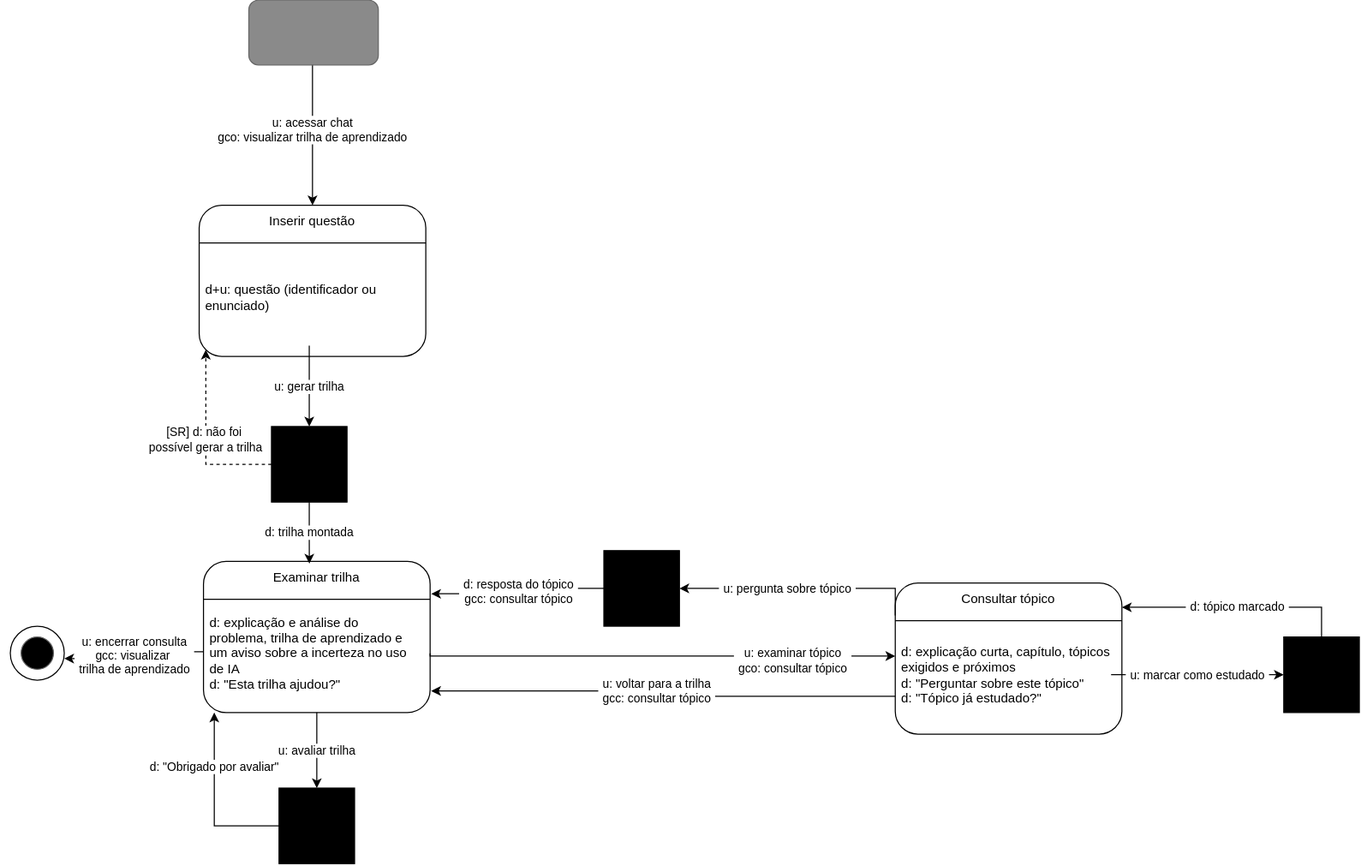
Earlier version of the draw.io export assets/10_molic/M01.svg (CittaSebas/ProjetoIHC). Source tidied: cells renumbered, new cells last; positions are measured from the earlier drawing's top-left corner, leaving out a move shared by most shapes.
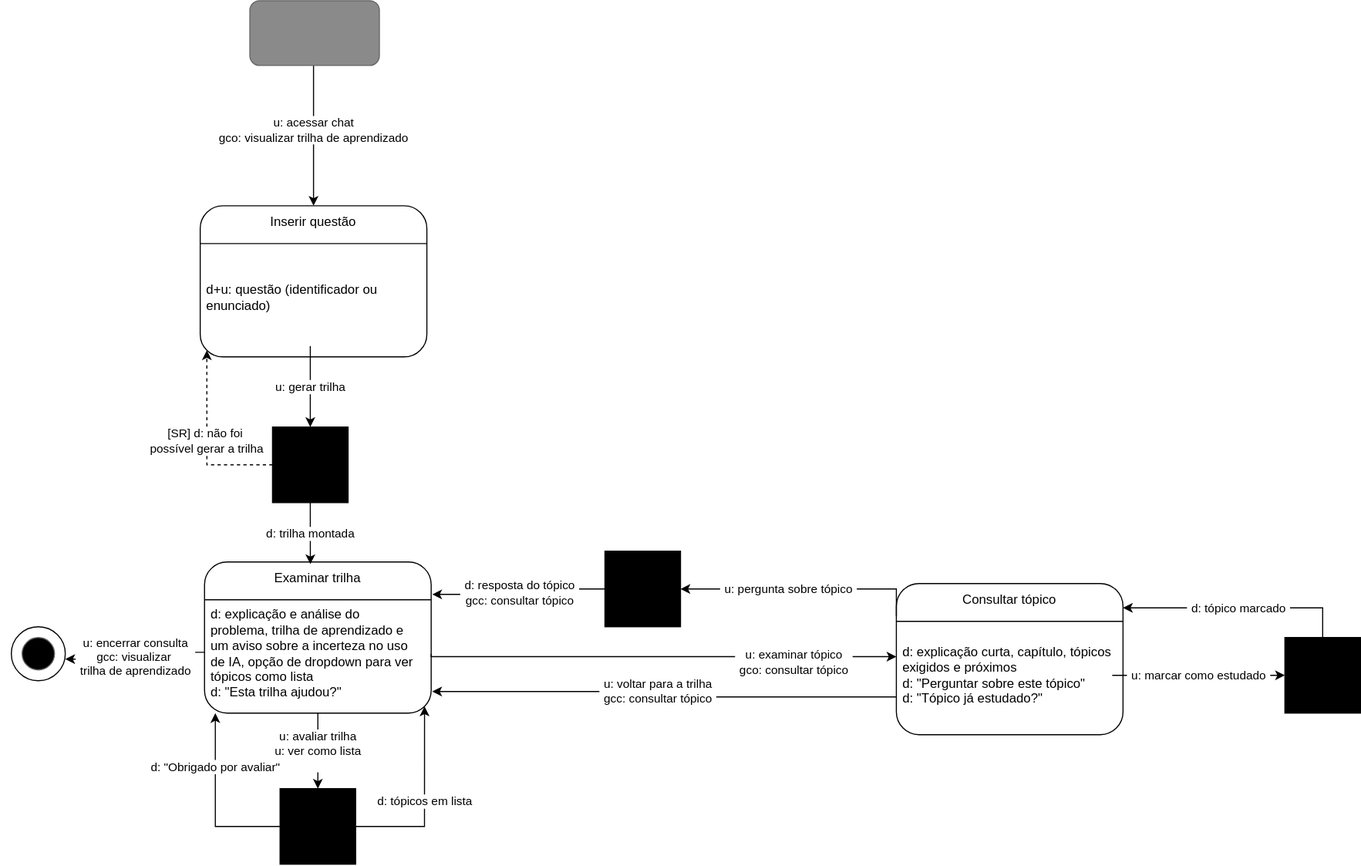
The same diagram one commit later.

The edit, as a diff of the source:
```diff
@@ -36,33 +36,40 @@
     <mxCell id="10" style="group;" parent="1" vertex="1">
       <mxGeometry x="189" y="520" width="210" height="140" as="geometry" />
     </mxCell>
-    <mxCell id="11" style="rounded=1;whiteSpace=wrap;html=1;roundedPerimeter=1;" parent="10" vertex="1">
-      <mxGeometry width="210" height="140" as="geometry" />
-    </mxCell>
+    <mxCell id="37" style="rounded=1;whiteSpace=wrap;html=1;roundedPerimeter=1;" parent="10" vertex="1">
+      <mxGeometry width="210" height="140" as="geometry" />
+    </mxCell>
     <mxCell id="12" value="Examinar trilha" style="text;html=1;whiteSpace=wrap;strokeColor=none;fillColor=none;align=center;verticalAlign=middle;rounded=0;" parent="10" vertex="1">
       <mxGeometry width="210" height="30" as="geometry" />
     </mxCell>
-    <mxCell id="13" style="endArrow=none;html=1;rounded=0;defaultLabelBackgroundColor=page;labelPadding=0 4;exitX=0;exitY=0.25;exitDx=0;exitDy=0;entryX=1;entryY=0.25;entryDx=0;entryDy=0;" parent="10" edge="1" source="11" target="11">
-      <mxGeometry relative="1" as="geometry" />
-    </mxCell>
-    <mxCell id="14" value="d: explicação e análise do problema, trilha de aprendizado e um aviso sobre a incerteza no uso de IA&lt;div&gt;d: &quot;Esta trilha ajudou?&quot;&lt;/div&gt;" style="text;html=1;whiteSpace=wrap;strokeColor=none;fillColor=none;align=left;verticalAlign=middle;rounded=0;" parent="10" vertex="1">
-      <mxGeometry x="4" y="40" width="196" height="90" as="geometry" />
-    </mxCell>
+    <mxCell id="38" style="endArrow=none;html=1;rounded=0;defaultLabelBackgroundColor=page;labelPadding=0 4;exitX=0;exitY=0.25;exitDx=0;exitDy=0;entryX=1;entryY=0.25;entryDx=0;entryDy=0;" parent="10" edge="1" source="37" target="37">
+      <mxGeometry relative="1" as="geometry" />
+    </mxCell>
+    <mxCell id="39" value="d: explicação e análise do problema, trilha de aprendizado e um aviso sobre a incerteza no uso de IA, opção de dropdown para ver tópicos como lista&lt;div&gt;d: &quot;Esta trilha ajudou?&quot;&lt;/div&gt;" style="text;html=1;whiteSpace=wrap;strokeColor=none;fillColor=none;align=left;verticalAlign=middle;rounded=0;" parent="10" vertex="1">
+      <mxGeometry x="4" y="40" width="196" height="90" as="geometry" />
+    </mxCell>
     <mxCell id="15" value="d: &quot;Obrigado por avaliar&quot;" style="edgeStyle=orthogonalEdgeStyle;rounded=0;jettySize=auto;html=1;defaultLabelBackgroundColor=page;labelPadding=0 4;" parent="1" edge="1" source="16">
       <mxGeometry x="0.39" relative="1" as="geometry">
         <mxPoint x="199" y="660" as="targetPoint" />
       </mxGeometry>
     </mxCell>
+    <mxCell id="40" value="d: tópicos em lista" style="edgeStyle=orthogonalEdgeStyle;rounded=0;jettySize=auto;html=1;entryX=1;entryY=1;entryDx=0;entryDy=0;defaultLabelBackgroundColor=page;labelPadding=0 4;" parent="1" edge="1" source="16" target="37">
+      <mxGeometry relative="1" as="geometry">
+        <Array as="points">
+          <mxPoint x="392.8" y="765" />
+        </Array>
+      </mxGeometry>
+    </mxCell>
     <mxCell id="16" style="whiteSpace=wrap;html=1;fillColor=#000000;" parent="1" vertex="1">
       <mxGeometry x="259" y="730" width="70" height="70" as="geometry" />
     </mxCell>
-    <mxCell id="17" value="u: avaliar trilha" style="edgeStyle=orthogonalEdgeStyle;rounded=0;jettySize=auto;html=1;entryX=0.5;entryY=0;entryDx=0;entryDy=0;defaultLabelBackgroundColor=page;labelPadding=0 4;" parent="1" edge="1" source="11" target="16">
-      <mxGeometry relative="1" as="geometry" />
-    </mxCell>
+    <mxCell id="41" value="u: avaliar trilha&lt;div&gt;u: ver como lista&lt;br&gt;&lt;div&gt;&lt;br&gt;&lt;/div&gt;&lt;/div&gt;" style="edgeStyle=orthogonalEdgeStyle;rounded=0;jettySize=auto;html=1;entryX=0.5;entryY=0;entryDx=0;entryDy=0;defaultLabelBackgroundColor=page;labelPadding=0 4;" parent="1" edge="1" source="37" target="16">
+      <mxGeometry relative="1" as="geometry" />
+    </mxCell>
     <mxCell id="18" value="d: trilha montada" style="edgeStyle=orthogonalEdgeStyle;rounded=0;jettySize=auto;html=1;entryX=0.467;entryY=0.067;entryDx=0;entryDy=0;entryPerimeter=0;defaultLabelBackgroundColor=page;labelPadding=0 4;" parent="1" edge="1" source="9" target="12">
       <mxGeometry relative="1" as="geometry" />
     </mxCell>
-    <mxCell id="19" value="&lt;div&gt;u: encerrar consulta&lt;/div&gt;gcc: visualizar&amp;nbsp;&lt;div&gt;trilha de aprendizado&lt;/div&gt;" style="edgeStyle=orthogonalEdgeStyle;rounded=0;jettySize=auto;html=1;defaultLabelBackgroundColor=page;labelPadding=0 4;exitX=-0.017;exitY=0.601;exitDx=0;exitDy=0;" parent="1" edge="1" source="11">
+    <mxCell id="19" value="&lt;div&gt;u: encerrar consulta&lt;/div&gt;gcc: visualizar&amp;nbsp;&lt;div&gt;trilha de aprendizado&lt;/div&gt;" style="edgeStyle=orthogonalEdgeStyle;rounded=0;jettySize=auto;html=1;defaultLabelBackgroundColor=page;labelPadding=0 4;exitX=-0.017;exitY=0.601;exitDx=0;exitDy=0;" parent="1" edge="1" source="37">
       <mxGeometry relative="1" as="geometry">
         <mxPoint x="60" y="610" as="targetPoint" />
       </mxGeometry>
@@ -70,19 +77,19 @@
     <mxCell id="20" style="group;" parent="1" vertex="1">
       <mxGeometry x="830" y="540" width="210" height="140" as="geometry" />
     </mxCell>
-    <mxCell id="21" style="rounded=1;whiteSpace=wrap;html=1;roundedPerimeter=1;" parent="20" vertex="1">
-      <mxGeometry width="210" height="140" as="geometry" />
-    </mxCell>
+    <mxCell id="42" style="rounded=1;whiteSpace=wrap;html=1;roundedPerimeter=1;" parent="20" vertex="1">
+      <mxGeometry width="210" height="140" as="geometry" />
+    </mxCell>
     <mxCell id="22" value="Consultar tópico" style="text;html=1;whiteSpace=wrap;strokeColor=none;fillColor=none;align=center;verticalAlign=middle;rounded=0;" parent="20" vertex="1">
       <mxGeometry width="210" height="30" as="geometry" />
     </mxCell>
-    <mxCell id="23" style="endArrow=none;html=1;rounded=0;defaultLabelBackgroundColor=page;labelPadding=0 4;exitX=0;exitY=0.25;exitDx=0;exitDy=0;entryX=1;entryY=0.25;entryDx=0;entryDy=0;" parent="20" edge="1" source="21" target="21">
-      <mxGeometry relative="1" as="geometry" />
-    </mxCell>
+    <mxCell id="43" style="endArrow=none;html=1;rounded=0;defaultLabelBackgroundColor=page;labelPadding=0 4;exitX=0;exitY=0.25;exitDx=0;exitDy=0;entryX=1;entryY=0.25;entryDx=0;entryDy=0;" parent="20" edge="1" source="42" target="42">
+      <mxGeometry relative="1" as="geometry" />
+    </mxCell>
     <mxCell id="24" value="&lt;div&gt;d: explicação curta, capítulo, tópicos exigidos e próximos&lt;/div&gt;&lt;div&gt;d: &quot;Perguntar sobre este tópico&quot;&lt;/div&gt;&lt;div&gt;d: &quot;Tópico já estudado?&quot;&lt;/div&gt;" style="text;html=1;whiteSpace=wrap;strokeColor=none;fillColor=none;align=left;verticalAlign=middle;rounded=0;" parent="20" vertex="1">
       <mxGeometry x="4" y="40" width="196" height="90" as="geometry" />
     </mxCell>
-    <mxCell id="25" value="&lt;div&gt;u: examinar tópico&lt;/div&gt;&lt;div&gt;gco: consultar tópico&lt;/div&gt;" style="edgeStyle=orthogonalEdgeStyle;rounded=0;jettySize=auto;html=1;defaultLabelBackgroundColor=page;labelPadding=0 4;exitX=1.014;exitY=0.611;exitDx=0;exitDy=0;entryX=-0.016;entryY=0.483;entryDx=0;entryDy=0;" parent="1" edge="1" target="21">
+    <mxCell id="25" value="&lt;div&gt;u: examinar tópico&lt;/div&gt;&lt;div&gt;gco: consultar tópico&lt;/div&gt;" style="edgeStyle=orthogonalEdgeStyle;rounded=0;jettySize=auto;html=1;defaultLabelBackgroundColor=page;labelPadding=0 4;exitX=1.014;exitY=0.611;exitDx=0;exitDy=0;entryX=-0.016;entryY=0.483;entryDx=0;entryDy=0;" parent="1" edge="1" target="42">
       <mxGeometry x="0.56" y="-5" relative="1" as="geometry">
         <mxPoint x="399" y="605.1" as="sourcePoint" />
         <Array as="points">
@@ -130,7 +137,7 @@
         </Array>
       </mxGeometry>
     </mxCell>
-    <mxCell id="36" value="u: voltar para a trilha&lt;div&gt;gcc: consultar tópico&lt;/div&gt;" style="edgeStyle=orthogonalEdgeStyle;rounded=0;jettySize=auto;html=1;defaultLabelBackgroundColor=page;labelPadding=0 4;exitX=0;exitY=0.75;exitDx=0;exitDy=0;" parent="1" edge="1" source="21">
+    <mxCell id="36" value="u: voltar para a trilha&lt;div&gt;gcc: consultar tópico&lt;/div&gt;" style="edgeStyle=orthogonalEdgeStyle;rounded=0;jettySize=auto;html=1;defaultLabelBackgroundColor=page;labelPadding=0 4;exitX=0;exitY=0.75;exitDx=0;exitDy=0;" parent="1" edge="1" source="42">
       <mxGeometry x="0.04" relative="1" as="geometry">
         <mxPoint x="400" y="640" as="targetPoint" />
         <Array as="points">
```
